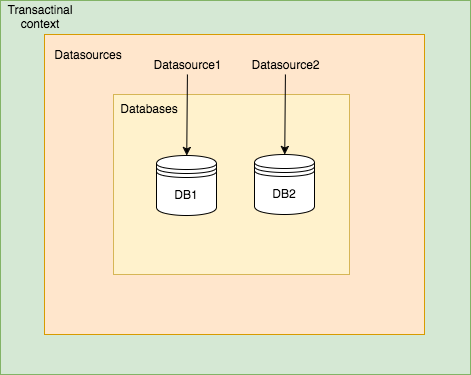
Before: img/vision.png, a diagram exported from draw.io (danieltnaves/multipledbs). Source tidied: cells renumbered, new cells last; positions are measured from the earlier drawing's top-left corner, leaving out a move shared by most shapes. Source of this version:
```xml
<mxGraphModel background="#ffffff">
  <root>
    <mxCell id="0" />
    <mxCell id="1" parent="0" />
    <mxCell id="2" style="whiteSpace=wrap;html=1;labelBackgroundColor=none;fillColor=#d5e8d4;strokeColor=#82b366;" parent="1" vertex="1">
      <mxGeometry width="470" height="374" as="geometry" />
    </mxCell>
    <mxCell id="3" style="whiteSpace=wrap;html=1;labelBackgroundColor=none;fillColor=#ffe6cc;strokeColor=#d79b00;" parent="1" vertex="1">
      <mxGeometry x="44" y="34" width="380" height="300" as="geometry" />
    </mxCell>
    <mxCell id="4" style="whiteSpace=wrap;html=1;labelBackgroundColor=none;fillColor=#fff2cc;strokeColor=#d6b656;" parent="1" vertex="1">
      <mxGeometry x="113" y="94" width="236" height="180" as="geometry" />
    </mxCell>
    <mxCell id="5" value="DB1" style="shape=datastore;whiteSpace=wrap;html=1;labelBackgroundColor=none;" parent="1" vertex="1">
      <mxGeometry x="156" y="155" width="60" height="60" as="geometry" />
    </mxCell>
    <mxCell id="6" value="DB2" style="shape=datastore;whiteSpace=wrap;html=1;labelBackgroundColor=none;" parent="1" vertex="1">
      <mxGeometry x="254" y="154" width="60" height="60" as="geometry" />
    </mxCell>
    <mxCell id="7" style="edgeStyle=none;rounded=0;html=1;jettySize=auto;" parent="1" edge="1" source="8" target="5">
      <mxGeometry relative="1" as="geometry" />
    </mxCell>
    <mxCell id="8" value="Datasource1" style="text;html=1;strokeColor=none;fillColor=none;align=center;verticalAlign=middle;whiteSpace=wrap;labelBackgroundColor=none;" parent="1" vertex="1">
      <mxGeometry x="167" y="54" width="40" height="20" as="geometry" />
    </mxCell>
    <mxCell id="9" style="edgeStyle=none;rounded=0;html=1;jettySize=auto;" parent="1" edge="1" source="10" target="6">
      <mxGeometry relative="1" as="geometry" />
    </mxCell>
    <mxCell id="10" value="Datasource2" style="text;html=1;strokeColor=none;fillColor=none;align=center;verticalAlign=middle;whiteSpace=wrap;labelBackgroundColor=none;" parent="1" vertex="1">
      <mxGeometry x="265" y="54" width="40" height="20" as="geometry" />
    </mxCell>
    <mxCell id="11" value="Transactinal context" style="text;html=1;strokeColor=none;fillColor=none;align=center;verticalAlign=middle;whiteSpace=wrap;labelBackgroundColor=none;" parent="1" vertex="1">
      <mxGeometry x="20" y="6" width="40" height="20" as="geometry" />
    </mxCell>
    <mxCell id="12" value="Datasources" style="text;html=1;strokeColor=none;fillColor=none;align=center;verticalAlign=middle;whiteSpace=wrap;labelBackgroundColor=none;" parent="1" vertex="1">
      <mxGeometry x="68" y="44" width="40" height="20" as="geometry" />
    </mxCell>
    <mxCell id="13" value="Databases" style="text;html=1;strokeColor=none;fillColor=none;align=center;verticalAlign=middle;whiteSpace=wrap;labelBackgroundColor=none;" parent="1" vertex="1">
      <mxGeometry x="129" y="98" width="40" height="20" as="geometry" />
    </mxCell>
  </root>
</mxGraphModel>
```
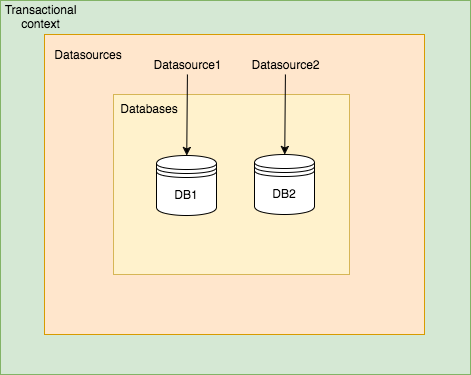
After the commit.

The edit, as a diff of the source:
```diff
@@ -29,7 +29,7 @@
     <mxCell id="10" value="Datasource2" style="text;html=1;strokeColor=none;fillColor=none;align=center;verticalAlign=middle;whiteSpace=wrap;labelBackgroundColor=none;" parent="1" vertex="1">
       <mxGeometry x="265" y="54" width="40" height="20" as="geometry" />
     </mxCell>
-    <mxCell id="11" value="Transactinal context" style="text;html=1;strokeColor=none;fillColor=none;align=center;verticalAlign=middle;whiteSpace=wrap;labelBackgroundColor=none;" parent="1" vertex="1">
+    <mxCell id="11" value="Transactional context" style="text;html=1;strokeColor=none;fillColor=none;align=center;verticalAlign=middle;whiteSpace=wrap;labelBackgroundColor=none;" parent="1" vertex="1">
       <mxGeometry x="20" y="6" width="40" height="20" as="geometry" />
     </mxCell>
     <mxCell id="12" value="Datasources" style="text;html=1;strokeColor=none;fillColor=none;align=center;verticalAlign=middle;whiteSpace=wrap;labelBackgroundColor=none;" parent="1" vertex="1">
```
